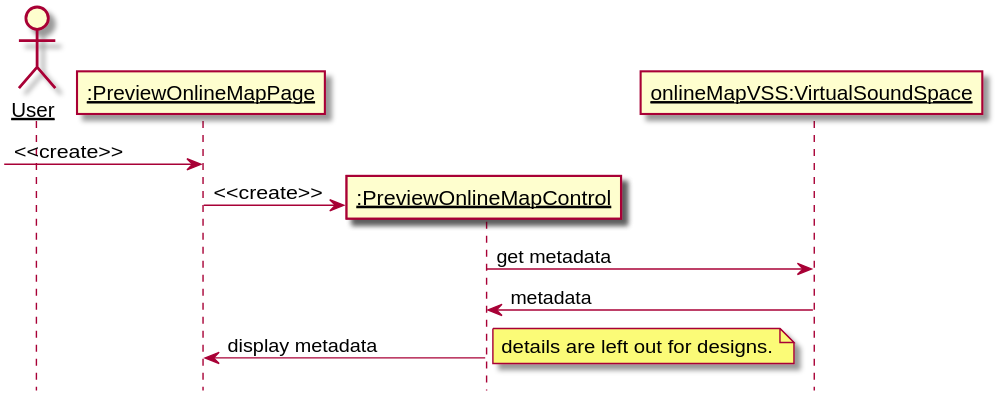
Earlier version of the PlantUML export 设计/Diagrams/PreviewOnlineMapVSS.svg (kpp19920121/doc). Its diagram source:
```plantuml
@startuml Diagrams/PreviewOnlineMapVSS
hide footbox
skinparam sequenceParticipant underline
actor User as user

participant ":PreviewOnlineMapPage" as page
participant ":PreviewOnlineMapControl" as control
participant "onlineMapVSS:VirtualSoundSpace" as vss
create page
[-> page: <<create>>
create control
page -> control: <<create>>
control -> vss: get metadata
vss -> control: metadata
control -> page: display metadata
note right
details are left out for designs.
end note
@enduml
```
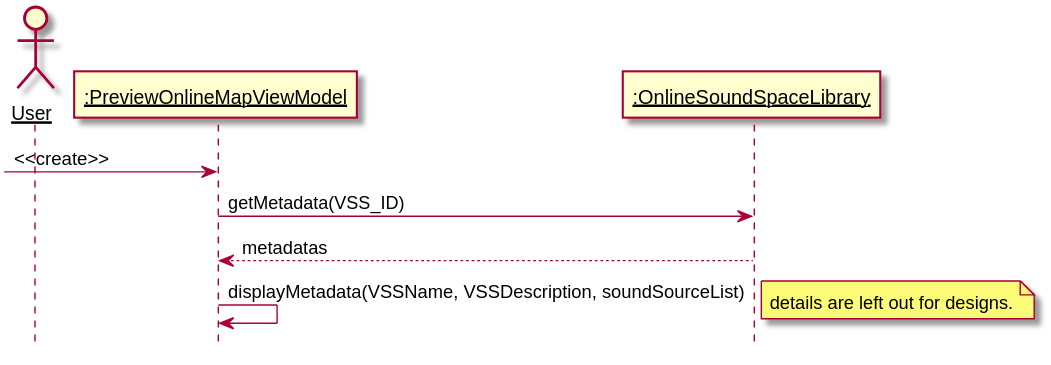
The same file after the commit.

What changed in the source:
```diff
@@ -3,16 +3,13 @@
 skinparam sequenceParticipant underline
 actor User as user
 
-participant ":PreviewOnlineMapPage" as page
-participant ":PreviewOnlineMapControl" as control
-participant "onlineMapVSS:VirtualSoundSpace" as vss
-create page
-[-> page: <<create>>
-create control
-page -> control: <<create>>
-control -> vss: get metadata
-vss -> control: metadata
-control -> page: display metadata
+participant ":PreviewOnlineMapViewModel" as viewModel
+participant ":OnlineSoundSpaceLibrary" as library
+create viewModel
+[-> viewModel: <<create>>
+viewModel -> library: getMetadata(VSS_ID)
+library --> viewModel: metadatas
+viewModel -> viewModel: displayMetadata(VSSName, VSSDescription, soundSourceList)
 note right
 details are left out for designs.
 end note
```
